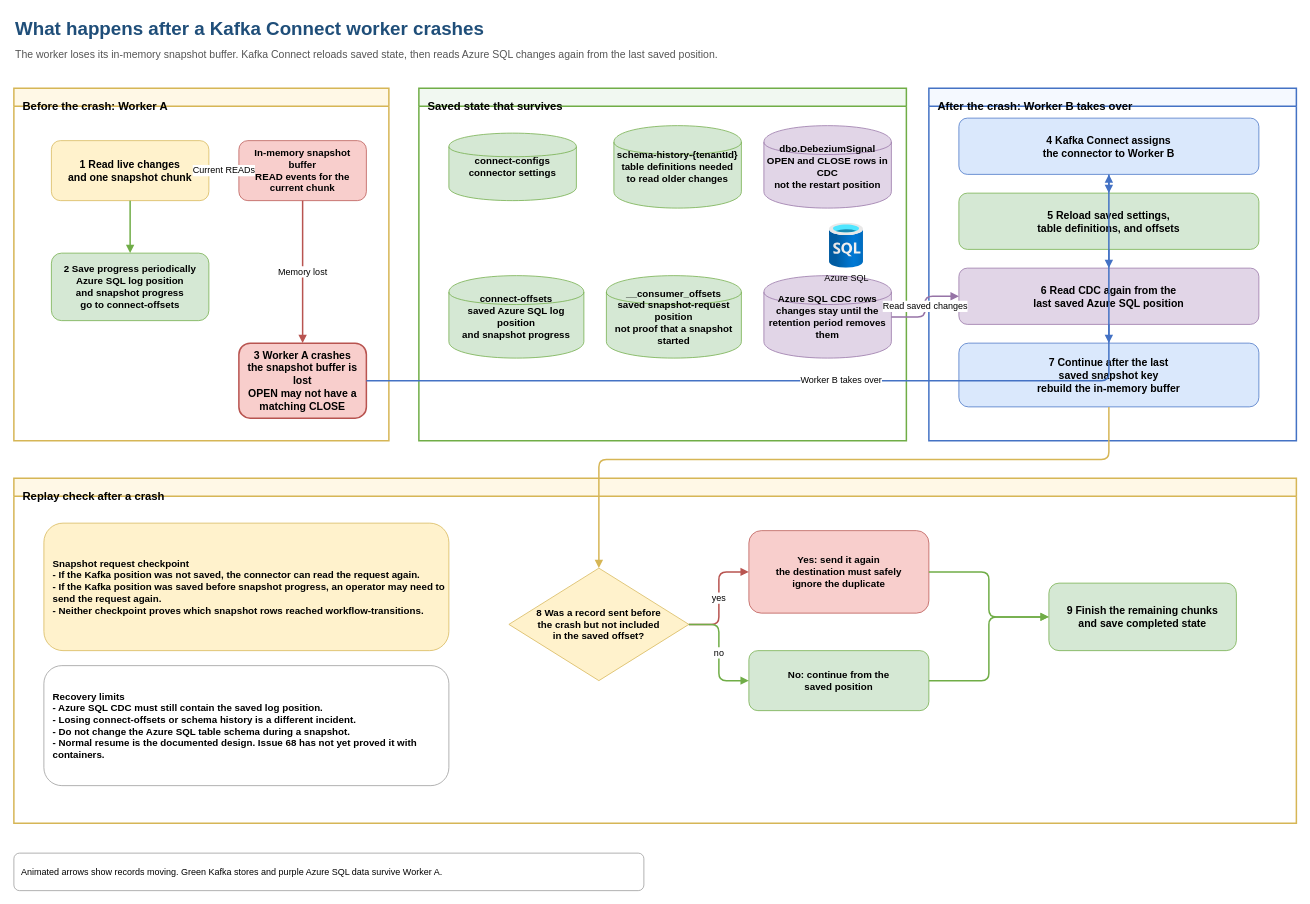
This is docs/diagrams/incremental-snapshot-recovery.drawio from collaborationwithothers/cdc-platform-azure, a draw.io file, before an edit. Source tidied: cells renumbered, new cells numbered last; positions are measured from the earlier drawing's top-left corner, leaving out a move shared by most shapes. Both pictures are drawn from the tidied source at 75%, with x=0, y=0 at pixel (14, 13).
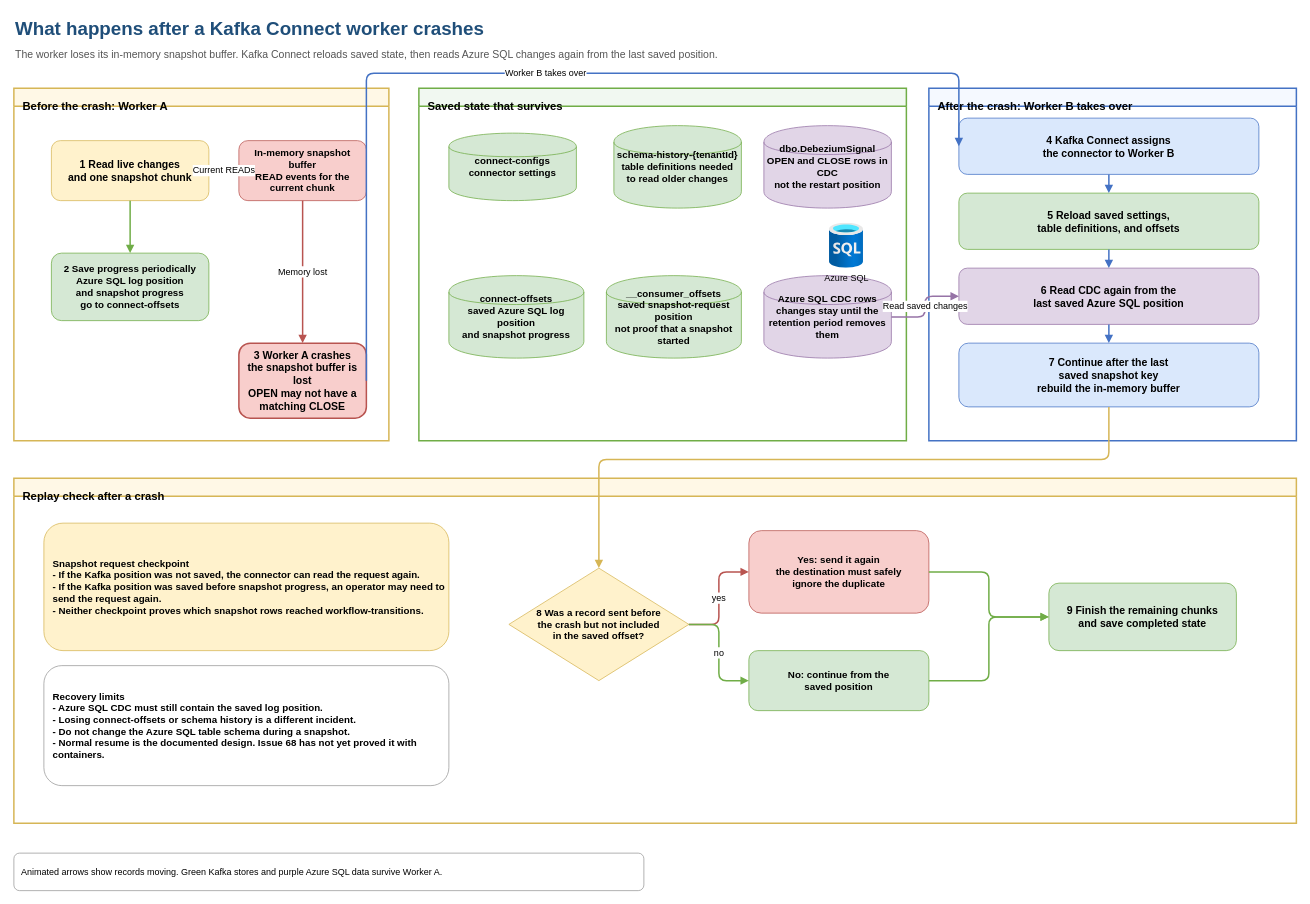
Above is the later version.

Commit message (it also covers changes not shown here):
docs: finish snapshot diagram layout (#68)

Unchanged cells that the change refers to:
```xml
<mxCell id="10" value="3  Worker A crashes&lt;br&gt;the snapshot buffer is lost&lt;br&gt;OPEN may not have a matching CLOSE" style="html=1;rounded=1;whiteSpace=wrap;fillColor=#f8cecc;strokeColor=#b85450;strokeWidth=2;fontSize=14;fontStyle=1;" parent="4" vertex="1">
  <mxGeometry x="300" y="340" width="170" height="100" as="geometry" />
</mxCell>
<mxCell id="17" value="4  Kafka Connect assigns&lt;br&gt;the connector to Worker B" style="html=1;rounded=1;whiteSpace=wrap;fillColor=#dae8fc;strokeColor=#4472c4;fontSize=14;fontStyle=1;" parent="6" vertex="1">
  <mxGeometry x="40" y="40" width="400" height="75" as="geometry" />
</mxCell>
<mxCell id="18" value="5  Reload saved settings,&lt;br&gt;table definitions, and offsets" style="html=1;rounded=1;whiteSpace=wrap;fillColor=#d5e8d4;strokeColor=#70ad47;fontSize=14;fontStyle=1;" parent="6" vertex="1">
  <mxGeometry x="40" y="140" width="400" height="75" as="geometry" />
</mxCell>
<mxCell id="19" value="6  Read CDC again from the&lt;br&gt;last saved Azure SQL position" style="html=1;rounded=1;whiteSpace=wrap;fillColor=#e1d5e7;strokeColor=#9673a6;fontSize=14;fontStyle=1;" parent="6" vertex="1">
  <mxGeometry x="40" y="240" width="400" height="75" as="geometry" />
</mxCell>
<mxCell id="20" value="7  Continue after the last&lt;br&gt;saved snapshot key&lt;br&gt;rebuild the in-memory buffer" style="html=1;rounded=1;whiteSpace=wrap;fillColor=#dae8fc;strokeColor=#4472c4;fontSize=14;fontStyle=1;" parent="6" vertex="1">
  <mxGeometry x="40" y="340" width="400" height="85" as="geometry" />
</mxCell>
<mxCell id="22" value="8  Was a record sent before&lt;br&gt;the crash but not included&lt;br&gt;in the saved offset?" style="html=1;rhombus;whiteSpace=wrap;fillColor=#fff2cc;strokeColor=#d6b656;fontSize=13;fontStyle=1;" parent="21" vertex="1">
  <mxGeometry x="660" y="120" width="240" height="150" as="geometry" />
</mxCell>
```

What changed in the source:
```diff
@@
-    <mxCell id="31" value="Worker B takes over" style="html=1;edgeStyle=orthogonalEdgeStyle;rounded=1;jettySize=auto;strokeColor=#4472c4;strokeWidth=2;endArrow=block;flowAnimation=1;fontSize=12;" parent="1" edge="1" source="10" target="17">
-      <mxGeometry relative="1" as="geometry" />
+    <mxCell id="31" value="Worker B takes over" style="html=1;edgeStyle=orthogonalEdgeStyle;rounded=1;jettySize=auto;strokeColor=#4472c4;strokeWidth=2;endArrow=block;flowAnimation=1;fontSize=12;exitX=1;exitY=0.5;exitDx=0;exitDy=0;entryX=0;entryY=0.5;entryDx=0;entryDy=0;" parent="1" edge="1" source="10" target="17">
+      <mxGeometry relative="1" as="geometry">
+        <Array as="points">
+          <mxPoint x="520" y="80" />
+          <mxPoint x="1200" y="80" />
+        </Array>
+      </mxGeometry>
     </mxCell>
-    <mxCell id="32" style="html=1;edgeStyle=orthogonalEdgeStyle;rounded=1;jettySize=auto;strokeColor=#4472c4;strokeWidth=2;endArrow=block;flowAnimation=1;" parent="1" edge="1" source="17" target="18">
+    <mxCell id="32" style="html=1;edgeStyle=orthogonalEdgeStyle;rounded=1;jettySize=auto;strokeColor=#4472c4;strokeWidth=2;endArrow=block;flowAnimation=1;exitX=0.5;exitY=1;exitDx=0;exitDy=0;exitPerimeter=0;entryX=0.5;entryY=0;entryDx=0;entryDy=0;entryPerimeter=0;" parent="1" edge="1" source="17" target="18">
       <mxGeometry relative="1" as="geometry" />
     </mxCell>
-    <mxCell id="33" style="html=1;edgeStyle=orthogonalEdgeStyle;rounded=1;jettySize=auto;strokeColor=#4472c4;strokeWidth=2;endArrow=block;flowAnimation=1;" parent="1" edge="1" source="18" target="19">
+    <mxCell id="33" style="html=1;edgeStyle=orthogonalEdgeStyle;rounded=1;jettySize=auto;strokeColor=#4472c4;strokeWidth=2;endArrow=block;flowAnimation=1;exitX=0.5;exitY=1;exitDx=0;exitDy=0;exitPerimeter=0;entryX=0.5;entryY=0;entryDx=0;entryDy=0;entryPerimeter=0;" parent="1" edge="1" source="18" target="19">
       <mxGeometry relative="1" as="geometry" />
     </mxCell>
@@
-    <mxCell id="35" style="html=1;edgeStyle=orthogonalEdgeStyle;rounded=1;jettySize=auto;strokeColor=#4472c4;strokeWidth=2;endArrow=block;flowAnimation=1;" parent="1" edge="1" source="19" target="20">
+    <mxCell id="35" style="html=1;edgeStyle=orthogonalEdgeStyle;rounded=1;jettySize=auto;strokeColor=#4472c4;strokeWidth=2;endArrow=block;flowAnimation=1;exitX=0.5;exitY=1;exitDx=0;exitDy=0;exitPerimeter=0;entryX=0.5;entryY=0;entryDx=0;entryDy=0;entryPerimeter=0;" parent="1" edge="1" source="19" target="20">
       <mxGeometry relative="1" as="geometry" />
     </mxCell>
-    <mxCell id="36" style="html=1;edgeStyle=orthogonalEdgeStyle;rounded=1;jettySize=auto;strokeColor=#d6b656;strokeWidth=2;endArrow=block;flowAnimation=1;exitX=0.5;exitY=1;exitDx=0;exitDy=0;entryX=0.5;entryY=0;entryDx=0;entryDy=0;" parent="1" edge="1" source="20" target="22">
+    <mxCell id="36" style="html=1;edgeStyle=orthogonalEdgeStyle;rounded=1;jettySize=auto;strokeColor=#d6b656;strokeWidth=2;endArrow=block;flowAnimation=1;exitX=0.5;exitY=1;exitDx=0;exitDy=0;entryX=0.5;entryY=0;entryDx=0;entryDy=0;exitX=0.5;exitY=1.0;exitDx=0;exitDy=0;exitPerimeter=0;entryX=0.5;entryY=0.0;entryDx=0;entryDy=0;entryPerimeter=0;" parent="1" edge="1" source="20" target="22">
       <mxGeometry relative="1" as="geometry">
         <Array as="points">
           <mxPoint x="1460" y="595" />
           <mxPoint x="780" y="595" />
         </Array>
       </mxGeometry>
     </mxCell>
```
